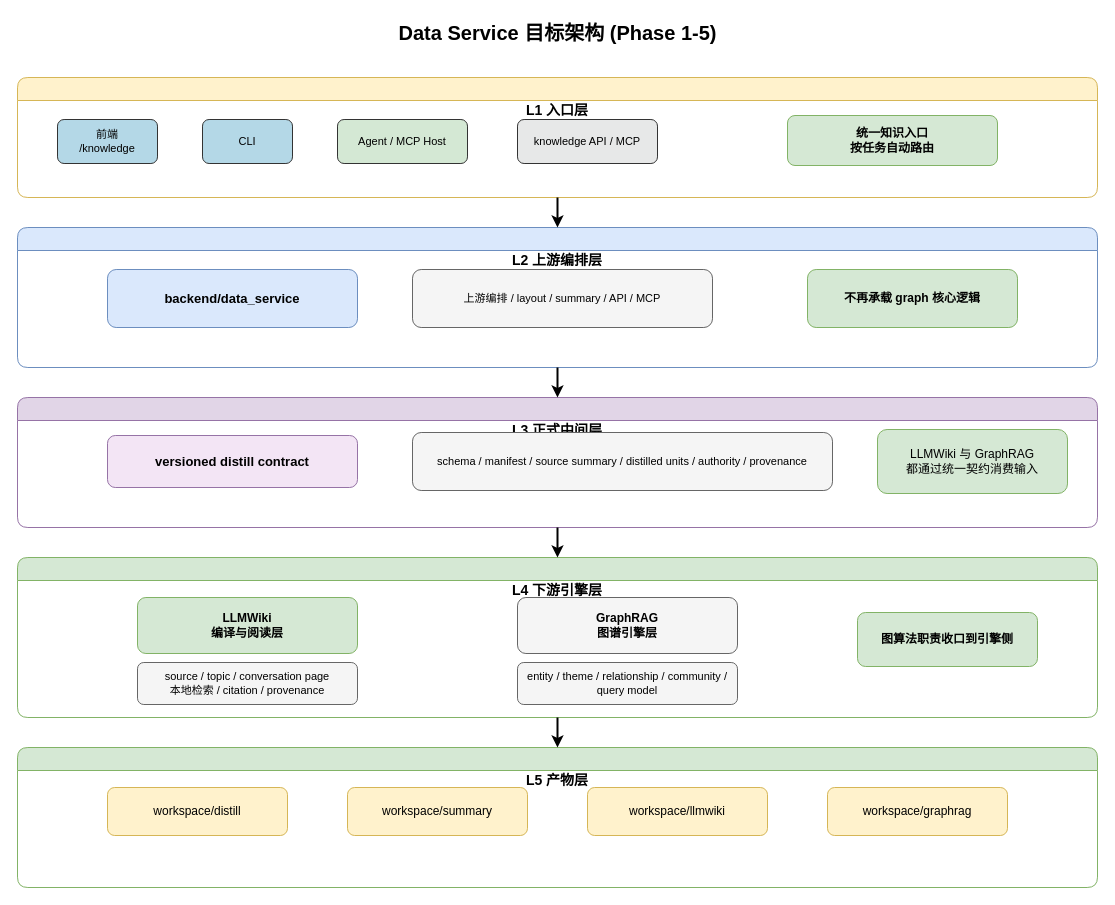
The draw.io diagram meeting-voice-assistant/docs/data_service/diagrams/02_target_architecture.drawio in ljx418/meeting-voice-assistant, before the edit. Source tidied: cells renumbered, new cells numbered last; positions are measured from the earlier drawing's top-left corner, leaving out a move shared by most shapes. Both pictures are drawn from the tidied source at 100%, with x=0, y=0 at pixel (17, 17).
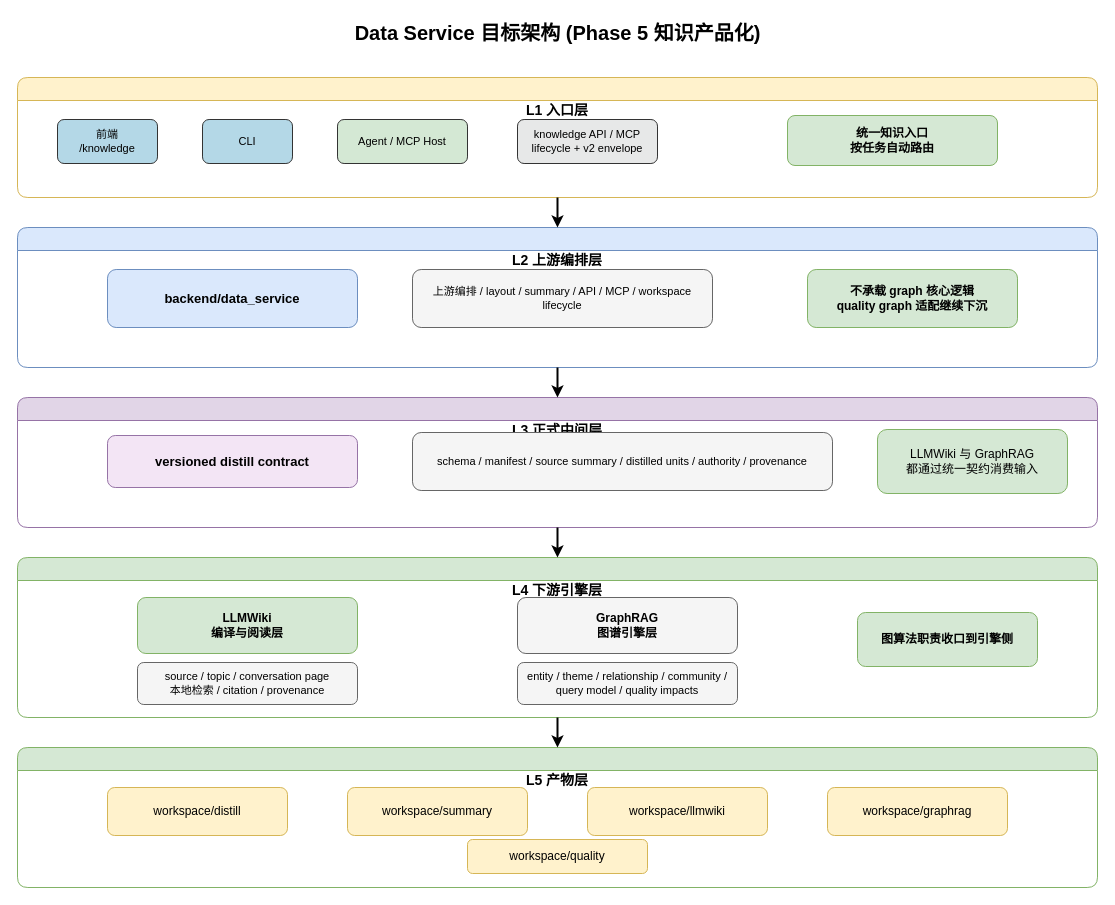
The same diagram, later.

The change refers to these unchanged cells:
```xml
<mxCell id="3" value="L1 入口层" style="swimlane;horizontal=1;verticalAlign=top;spacingTop=18;fillColor=#fff2cc;strokeColor=#d6b656;rounded=1;fontSize=14;fontStyle=1;" parent="1" vertex="1">
  <mxGeometry y="60" width="1080" height="120" as="geometry" />
</mxCell>
<mxCell id="9" value="L2 上游编排层" style="swimlane;horizontal=1;verticalAlign=top;spacingTop=18;fillColor=#dae8fc;strokeColor=#6c8ebf;rounded=1;fontSize=14;fontStyle=1;" parent="1" vertex="1">
  <mxGeometry y="210" width="1080" height="140" as="geometry" />
</mxCell>
<mxCell id="17" value="L4 下游引擎层" style="swimlane;horizontal=1;verticalAlign=top;spacingTop=18;fillColor=#d5e8d4;strokeColor=#82b366;rounded=1;fontSize=14;fontStyle=1;" parent="1" vertex="1">
  <mxGeometry y="540" width="1080" height="160" as="geometry" />
</mxCell>
<mxCell id="23" value="L5 产物层" style="swimlane;horizontal=1;verticalAlign=top;spacingTop=18;fillColor=#d5e8d4;strokeColor=#82b366;rounded=1;fontSize=14;fontStyle=1;" parent="1" vertex="1">
  <mxGeometry y="730" width="1080" height="140" as="geometry" />
</mxCell>
```

What changed in the source:
```diff
@@
-    <mxCell id="2" value="Data Service 目标架构 (Phase 1-5)" style="text;html=1;strokeColor=none;fillColor=none;align=center;verticalAlign=middle;fontSize=20;fontStyle=1;" parent="1" vertex="1">
+    <mxCell id="2" value="Data Service 目标架构 (Phase 5 知识产品化)" style="text;html=1;strokeColor=none;fillColor=none;align=center;verticalAlign=middle;fontSize=20;fontStyle=1;" parent="1" vertex="1">
       <mxGeometry x="290" width="500" height="30" as="geometry" />
     </mxCell>
@@
-    <mxCell id="7" value="knowledge API / MCP" style="rounded=1;whiteSpace=wrap;html=1;fillColor=#E7E8E8;strokeColor=#333;fontSize=11;" parent="3" vertex="1">
+    <mxCell id="7" value="knowledge API / MCP&#10;lifecycle + v2 envelope" style="rounded=1;whiteSpace=wrap;html=1;fillColor=#E7E8E8;strokeColor=#333;fontSize=11;" parent="3" vertex="1">
       <mxGeometry x="500" y="42" width="140" height="44" as="geometry" />
     </mxCell>
@@
-    <mxCell id="11" value="上游编排 / layout / summary / API / MCP" style="rounded=1;whiteSpace=wrap;html=1;fillColor=#f5f5f5;strokeColor=#666666;fontSize=11;" parent="9" vertex="1">
+    <mxCell id="11" value="上游编排 / layout / summary / API / MCP / workspace lifecycle" style="rounded=1;whiteSpace=wrap;html=1;fillColor=#f5f5f5;strokeColor=#666666;fontSize=11;" parent="9" vertex="1">
       <mxGeometry x="395" y="42" width="300" height="58" as="geometry" />
     </mxCell>
-    <mxCell id="12" value="不再承载 graph 核心逻辑" style="rounded=1;whiteSpace=wrap;html=1;fillColor=#d5e8d4;strokeColor=#82b366;fontSize=12;fontStyle=1;" parent="9" vertex="1">
+    <mxCell id="12" value="不承载 graph 核心逻辑&#10;quality graph 适配继续下沉" style="rounded=1;whiteSpace=wrap;html=1;fillColor=#d5e8d4;strokeColor=#82b366;fontSize=12;fontStyle=1;" parent="9" vertex="1">
       <mxGeometry x="790" y="42" width="210" height="58" as="geometry" />
     </mxCell>
@@
-    <mxCell id="21" value="entity / theme / relationship / community / query model" style="rounded=1;whiteSpace=wrap;html=1;fillColor=#f5f5f5;strokeColor=#666666;fontSize=11;" parent="17" vertex="1">
+    <mxCell id="21" value="entity / theme / relationship / community / query model / quality impacts" style="rounded=1;whiteSpace=wrap;html=1;fillColor=#f5f5f5;strokeColor=#666666;fontSize=11;" parent="17" vertex="1">
       <mxGeometry x="500" y="105" width="220" height="42" as="geometry" />
     </mxCell>
@@
+    <mxCell id="32" value="workspace/quality" style="rounded=1;whiteSpace=wrap;html=1;fillColor=#fff2cc;strokeColor=#d6b656;fontSize=12;" parent="23" vertex="1">
+      <mxGeometry x="450" y="92" width="180" height="34" as="geometry" />
+    </mxCell>
```
